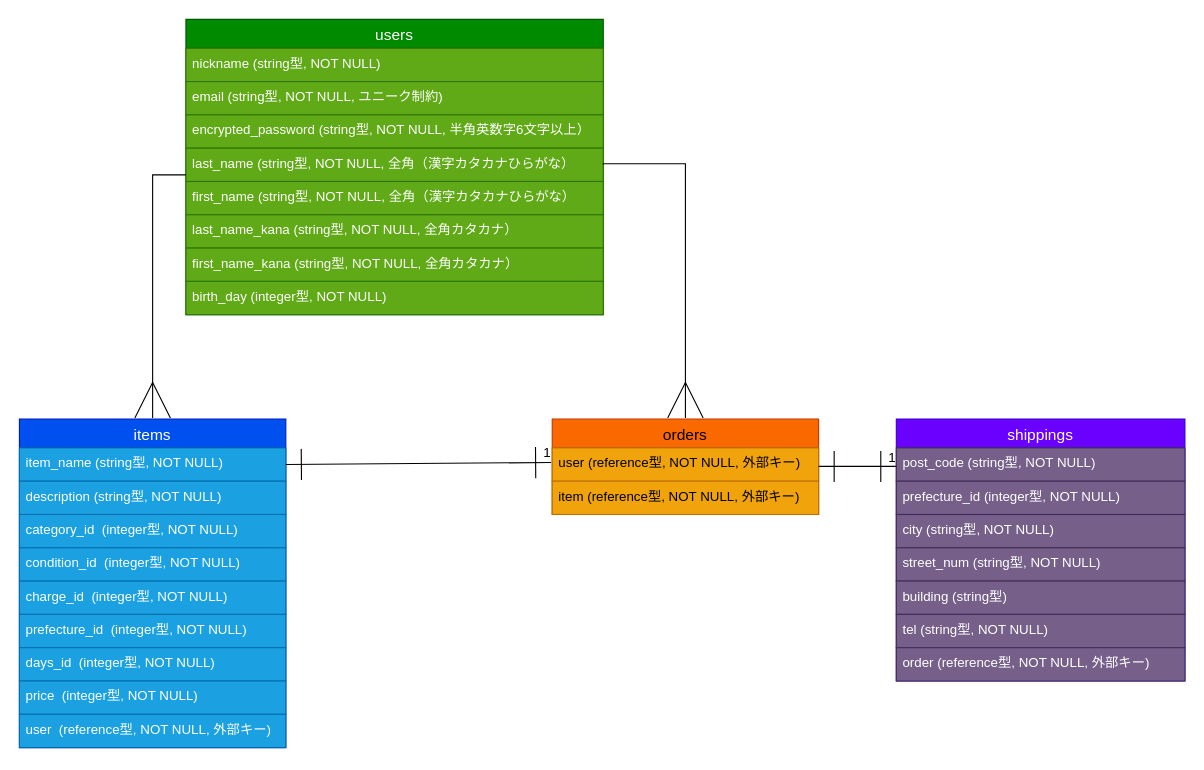
Before: er.dio in bandaid0625/furima-38930, a draw.io diagram. Source tidied: cells renumbered, new cells numbered last; positions are measured from the earlier drawing's top-left corner, leaving out a move shared by most shapes. Both pictures are drawn from the tidied source at 111%, with x=0, y=0 at pixel (19, 19).
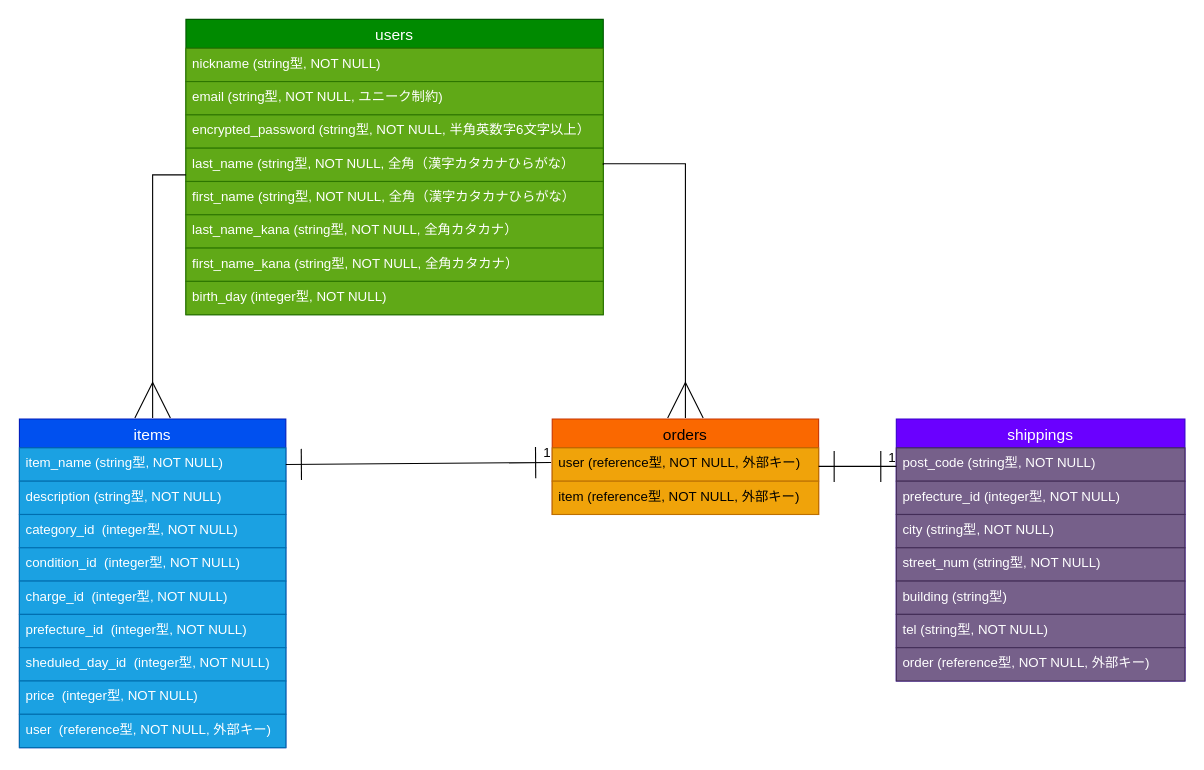
Above is the later version.

The change refers to these unchanged cells:
```xml
<mxCell id="11" value="items" style="swimlane;fontStyle=0;horizontal=1;startSize=26;align=center;fontSize=14;rounded=0;fillColor=#0050ef;fontColor=#ffffff;strokeColor=#001DBC;" parent="1" vertex="1">
  <mxGeometry y="360" width="240" height="296" as="geometry" />
</mxCell>
```

Diff of the diagram source:
```diff
@@
-    <mxCell id="18" value="days_id  (integer型, NOT NULL)" style="text;strokeColor=#006EAF;fillColor=#1ba1e2;spacingLeft=4;spacingRight=4;overflow=hidden;fontSize=12;rounded=0;fontColor=#ffffff;" parent="11" vertex="1">
+    <mxCell id="18" value="sheduled_day_id  (integer型, NOT NULL)" style="text;strokeColor=#006EAF;fillColor=#1ba1e2;spacingLeft=4;spacingRight=4;overflow=hidden;fontSize=12;rounded=0;fontColor=#ffffff;" parent="11" vertex="1">
       <mxGeometry y="206" width="240" height="30" as="geometry" />
     </mxCell>
```
